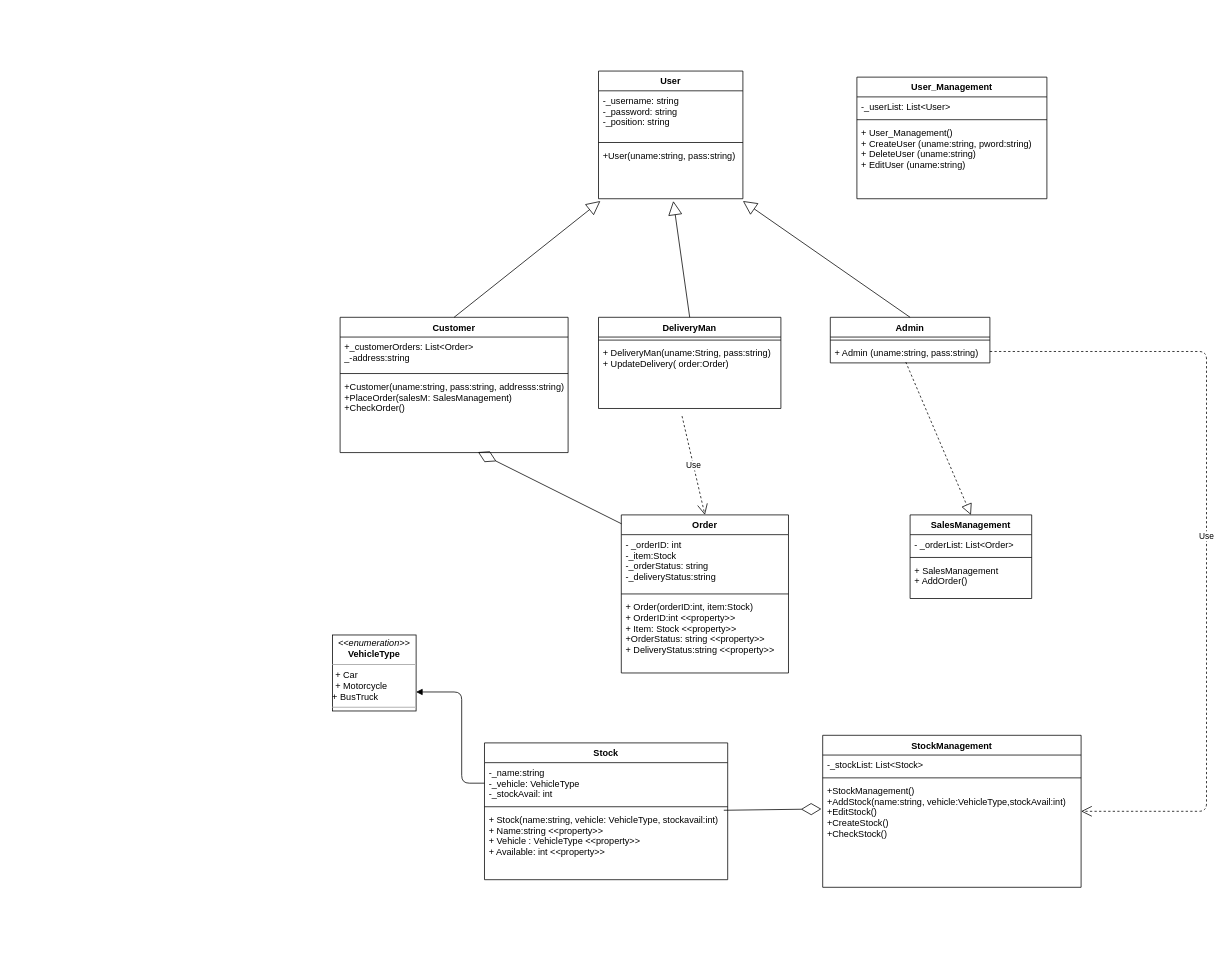
This is PassTask13.drawio from LastMinuteBanter/DistinctionTaskUML, a draw.io file, before an edit. Source tidied: cells renumbered, new cells numbered last; positions are measured from the earlier drawing's top-left corner, leaving out a move shared by most shapes. Both pictures are drawn from the tidied source at 76%, with x=0, y=0 at pixel (332, 71).
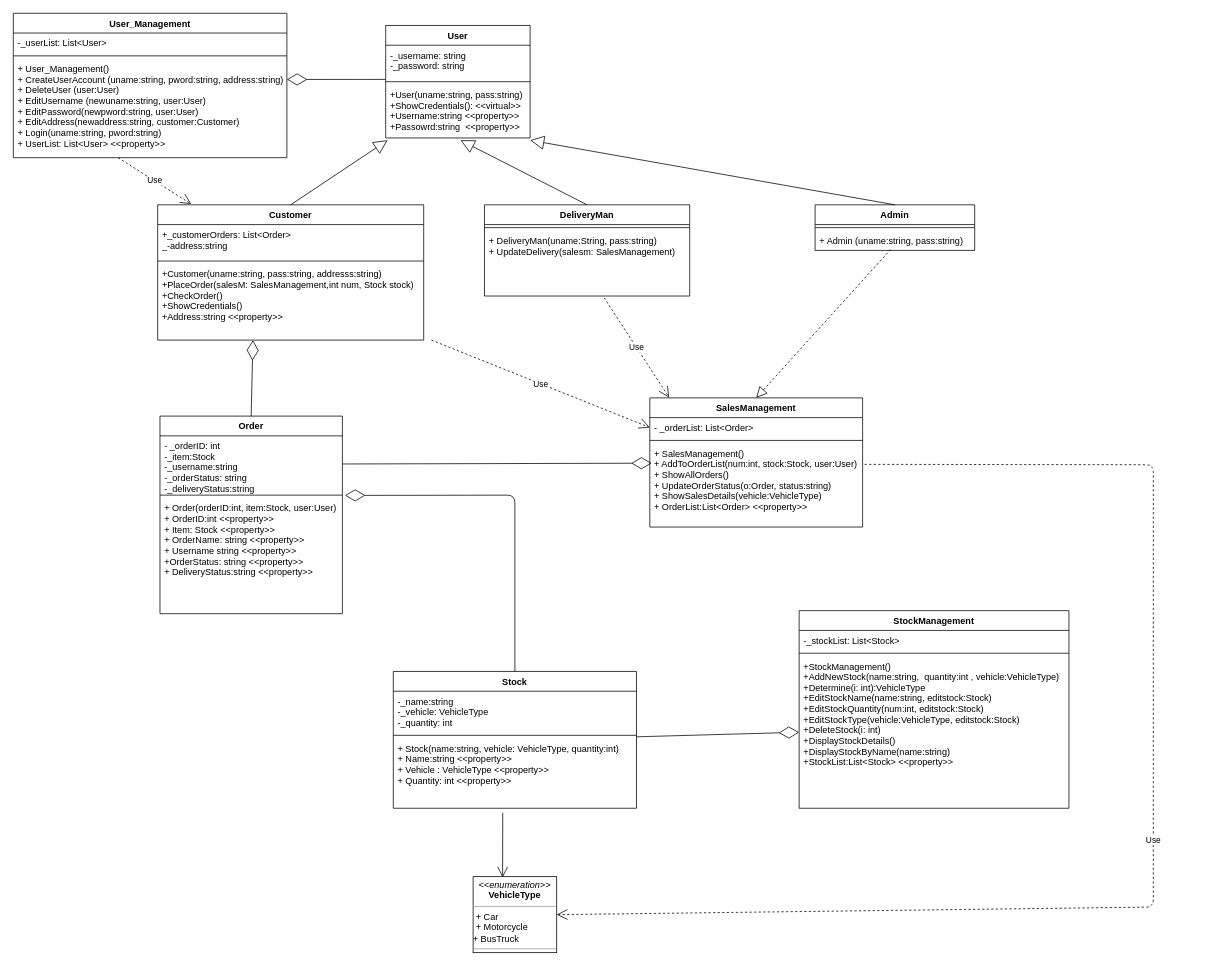
Above is the later version.

The change refers to these unchanged cells:
```xml
<mxCell id="19" value="+ Admin (uname:string, pass:string)" style="text;strokeColor=none;fillColor=none;align=left;verticalAlign=top;spacingLeft=4;spacingRight=4;overflow=hidden;points=[[0,0.5],[1,0.5]];portConstraint=eastwest;" parent="17" vertex="1">
  <mxGeometry y="34" width="210" height="26" as="geometry" />
</mxCell>
```

The edit, as a diff of the source:
```diff
@@
     <mxCell id="2" value="User_Management" style="swimlane;fontStyle=1;align=center;verticalAlign=top;horizontal=1;startSize=26;" parent="1" vertex="1">
-      <mxGeometry x="690" y="8" width="250" height="160" as="geometry" />
+      <mxGeometry x="-420" y="-76" width="360" height="190" as="geometry" />
     </mxCell>
     <mxCell id="3" value="-_userList: List&lt;User&gt;" style="text;strokeColor=none;fillColor=none;align=left;verticalAlign=top;spacingLeft=4;spacingRight=4;overflow=hidden;" parent="2" vertex="1">
-      <mxGeometry y="26" width="250" height="26" as="geometry" />
+      <mxGeometry y="26" width="360" height="26" as="geometry" />
     </mxCell>
     <mxCell id="4" style="line;strokeWidth=1;fillColor=none;align=left;verticalAlign=middle;spacingTop=-1;spacingLeft=3;spacingRight=3;labelPosition=right;" parent="2" vertex="1">
-      <mxGeometry y="52" width="250" height="8" as="geometry" />
+      <mxGeometry y="52" width="360" height="8" as="geometry" />
     </mxCell>
-    <mxCell id="5" value="+ User_Management()&#10;+ CreateUser (uname:string, pword:string)&#10;+ DeleteUser (uname:string)&#10;+ EditUser (uname:string)&#10;&#10;" style="text;strokeColor=none;fillColor=none;align=left;verticalAlign=top;spacingLeft=4;spacingRight=4;overflow=hidden;points=[[0,0.5],[1,0.5]];portConstraint=eastwest;" parent="2" vertex="1">
-      <mxGeometry y="60" width="250" height="100" as="geometry" />
+    <mxCell id="5" value="+ User_Management()&#10;+ CreateUserAccount (uname:string, pword:string, address:string)&#10;+ DeleteUser (user:User)&#10;+ EditUsername (newuname:string, user:User)&#10;+ EditPassword(newpword:string, user:User)&#10;+ EditAddress(newaddress:string, customer:Customer)&#10;+ Login(uname:string, pword:string)&#10;+ UserList: List&lt;User&gt; &lt;&lt;property&gt;&gt;&#10;&#10;&#10;" style="text;strokeColor=none;fillColor=none;align=left;verticalAlign=top;spacingLeft=4;spacingRight=4;overflow=hidden;points=[[0,0.5],[1,0.5]];portConstraint=eastwest;" parent="2" vertex="1">
+      <mxGeometry y="60" width="360" height="130" as="geometry" />
     </mxCell>
     <mxCell id="6" value="User" style="swimlane;fontStyle=1;align=center;verticalAlign=top;horizontal=1;startSize=26;" parent="1" vertex="1">
-      <mxGeometry x="350" width="190" height="168" as="geometry" />
+      <mxGeometry x="70" y="-60" width="190" height="148" as="geometry" />
     </mxCell>
-    <mxCell id="7" value="-_username: string&#10;-_password: string&#10;-_position: string&#10;" style="text;strokeColor=none;fillColor=none;align=left;verticalAlign=top;spacingLeft=4;spacingRight=4;overflow=hidden;" parent="6" vertex="1">
-      <mxGeometry y="26" width="190" height="64" as="geometry" />
+    <mxCell id="7" value="-_username: string&#10;-_password: string&#10;" style="text;strokeColor=none;fillColor=none;align=left;verticalAlign=top;spacingLeft=4;spacingRight=4;overflow=hidden;" parent="6" vertex="1">
+      <mxGeometry y="26" width="190" height="44" as="geometry" />
     </mxCell>
     <mxCell id="8" style="line;strokeWidth=1;fillColor=none;align=left;verticalAlign=middle;spacingTop=-1;spacingLeft=3;spacingRight=3;labelPosition=right;points=[];portConstraint=eastwest;" parent="6" vertex="1">
-      <mxGeometry y="90" width="190" height="8" as="geometry" />
+      <mxGeometry y="70" width="190" height="8" as="geometry" />
     </mxCell>
-    <mxCell id="9" value="+User(uname:string, pass:string)" style="text;strokeColor=none;fillColor=none;align=left;verticalAlign=top;spacingLeft=4;spacingRight=4;overflow=hidden;points=[[0,0.5],[1,0.5]];portConstraint=eastwest;" parent="6" vertex="1">
-      <mxGeometry y="98" width="190" height="70" as="geometry" />
+    <mxCell id="9" value="+User(uname:string, pass:string)&#10;+ShowCredentials(): &lt;&lt;virtual&gt;&gt; &#10;+Username:string &lt;&lt;property&gt;&gt;&#10;+Passowrd:string  &lt;&lt;property&gt;&gt;&#10;&#10;" style="text;strokeColor=none;fillColor=none;align=left;verticalAlign=top;spacingLeft=4;spacingRight=4;overflow=hidden;points=[[0,0.5],[1,0.5]];portConstraint=eastwest;" parent="6" vertex="1">
+      <mxGeometry y="78" width="190" height="70" as="geometry" />
     </mxCell>
     <mxCell id="10" value="Customer" style="swimlane;fontStyle=1;align=center;verticalAlign=top;horizontal=1;startSize=26;" parent="1" vertex="1">
-      <mxGeometry x="10" y="324" width="300" height="178" as="geometry" />
+      <mxGeometry x="-230" y="176" width="350" height="178" as="geometry" />
     </mxCell>
     <mxCell id="11" value="+_customerOrders: List&lt;Order&gt;&#10;_-address:string&#10;" style="text;strokeColor=none;fillColor=none;align=left;verticalAlign=top;spacingLeft=4;spacingRight=4;overflow=hidden;" parent="10" vertex="1">
-      <mxGeometry y="26" width="300" height="44" as="geometry" />
+      <mxGeometry y="26" width="350" height="44" as="geometry" />
     </mxCell>
     <mxCell id="12" style="line;strokeWidth=1;fillColor=none;align=left;verticalAlign=middle;spacingTop=-1;spacingLeft=3;spacingRight=3;labelPosition=right;" parent="10" vertex="1">
-      <mxGeometry y="70" width="300" height="8" as="geometry" />
+      <mxGeometry y="70" width="350" height="8" as="geometry" />
     </mxCell>
-    <mxCell id="13" value="+Customer(uname:string, pass:string, addresss:string)&#10;+PlaceOrder(salesM: SalesManagement)&#10;+CheckOrder()&#10;" style="text;strokeColor=none;fillColor=none;align=left;verticalAlign=top;spacingLeft=4;spacingRight=4;overflow=hidden;points=[[0,0.5],[1,0.5]];portConstraint=eastwest;" parent="10" vertex="1">
-      <mxGeometry y="78" width="300" height="100" as="geometry" />
+    <mxCell id="13" value="+Customer(uname:string, pass:string, addresss:string)&#10;+PlaceOrder(salesM: SalesManagement,int num, Stock stock)&#10;+CheckOrder()&#10;+ShowCredentials() &#10;+Address:string &lt;&lt;property&gt;&gt;&#10;&#10;&#10;" style="text;strokeColor=none;fillColor=none;align=left;verticalAlign=top;spacingLeft=4;spacingRight=4;overflow=hidden;points=[[0,0.5],[1,0.5]];portConstraint=eastwest;" parent="10" vertex="1">
+      <mxGeometry y="78" width="350" height="100" as="geometry" />
     </mxCell>
     <mxCell id="14" value="DeliveryMan" style="swimlane;fontStyle=1;align=center;verticalAlign=top;horizontal=1;startSize=26;" parent="1" vertex="1">
-      <mxGeometry x="350" y="324" width="240" height="120" as="geometry" />
+      <mxGeometry x="200" y="176" width="270" height="120" as="geometry" />
     </mxCell>
     <mxCell id="15" style="line;strokeWidth=1;fillColor=none;align=left;verticalAlign=middle;spacingTop=-1;spacingLeft=3;spacingRight=3;labelPosition=right;" parent="14" vertex="1">
-      <mxGeometry y="26" width="240" height="8" as="geometry" />
+      <mxGeometry y="26" width="270" height="8" as="geometry" />
     </mxCell>
-    <mxCell id="16" value="+ DeliveryMan(uname:String, pass:string)&#10;+ UpdateDelivery( order:Order)&#10;" style="text;strokeColor=none;fillColor=none;align=left;verticalAlign=top;spacingLeft=4;spacingRight=4;overflow=hidden;points=[[0,0.5],[1,0.5]];portConstraint=eastwest;" parent="14" vertex="1">
-      <mxGeometry y="34" width="240" height="86" as="geometry" />
+    <mxCell id="16" value="+ DeliveryMan(uname:String, pass:string)&#10;+ UpdateDelivery(salesm: SalesManagement)&#10;" style="text;strokeColor=none;fillColor=none;align=left;verticalAlign=top;spacingLeft=4;spacingRight=4;overflow=hidden;points=[[0,0.5],[1,0.5]];portConstraint=eastwest;" parent="14" vertex="1">
+      <mxGeometry y="34" width="270" height="86" as="geometry" />
     </mxCell>
     <mxCell id="17" value="Admin" style="swimlane;fontStyle=1;align=center;verticalAlign=top;horizontal=1;startSize=26;" parent="1" vertex="1">
-      <mxGeometry x="655" y="324" width="210" height="60" as="geometry" />
+      <mxGeometry x="635" y="176" width="210" height="60" as="geometry" />
     </mxCell>
@@
     <mxCell id="20" value="Order" style="swimlane;fontStyle=1;align=center;verticalAlign=top;horizontal=1;startSize=26;" parent="1" vertex="1">
-      <mxGeometry x="380" y="584" width="220" height="208" as="geometry" />
+      <mxGeometry x="-227" y="454" width="240" height="260" as="geometry" />
     </mxCell>
-    <mxCell id="21" value="- _orderID: int&#10;-_item:Stock&#10;-_orderStatus: string&#10;-_deliveryStatus:string&#10;&#10;&#10;" style="text;strokeColor=none;fillColor=none;align=left;verticalAlign=top;spacingLeft=4;spacingRight=4;overflow=hidden;points=[[0,0.5],[1,0.5]];portConstraint=eastwest;" parent="20" vertex="1">
-      <mxGeometry y="26" width="220" height="74" as="geometry" />
+    <mxCell id="21" value="- _orderID: int&#10;-_item:Stock&#10;-_username:string&#10;-_orderStatus: string&#10;-_deliveryStatus:string&#10;&#10;&#10;" style="text;strokeColor=none;fillColor=none;align=left;verticalAlign=top;spacingLeft=4;spacingRight=4;overflow=hidden;points=[[0,0.5],[1,0.5]];portConstraint=eastwest;" parent="20" vertex="1">
+      <mxGeometry y="26" width="240" height="74" as="geometry" />
     </mxCell>
     <mxCell id="22" style="line;strokeWidth=1;fillColor=none;align=left;verticalAlign=middle;spacingTop=-1;spacingLeft=3;spacingRight=3;labelPosition=right;" parent="20" vertex="1">
-      <mxGeometry y="100" width="220" height="8" as="geometry" />
+      <mxGeometry y="100" width="240" height="8" as="geometry" />
     </mxCell>
-    <mxCell id="23" value="+ Order(orderID:int, item:Stock)&#10;+ OrderID:int &lt;&lt;property&gt;&gt;&#10;+ Item: Stock &lt;&lt;property&gt;&gt;&#10;+OrderStatus: string &lt;&lt;property&gt;&gt;&#10;+ DeliveryStatus:string &lt;&lt;property&gt;&gt;&#10;" style="text;strokeColor=none;fillColor=none;align=left;verticalAlign=top;spacingLeft=4;spacingRight=4;overflow=hidden;points=[[0,0.5],[1,0.5]];portConstraint=eastwest;" parent="20" vertex="1">
-      <mxGeometry y="108" width="220" height="100" as="geometry" />
+    <mxCell id="23" value="+ Order(orderID:int, item:Stock, user:User)&#10;+ OrderID:int &lt;&lt;property&gt;&gt;&#10;+ Item: Stock &lt;&lt;property&gt;&gt;&#10;+ OrderName: string &lt;&lt;property&gt;&gt;&#10;+ Username string &lt;&lt;property&gt;&gt;&#10;+OrderStatus: string &lt;&lt;property&gt;&gt;&#10;+ DeliveryStatus:string &lt;&lt;property&gt;&gt;&#10;" style="text;strokeColor=none;fillColor=none;align=left;verticalAlign=top;spacingLeft=4;spacingRight=4;overflow=hidden;points=[[0,0.5],[1,0.5]];portConstraint=eastwest;" parent="20" vertex="1">
+      <mxGeometry y="108" width="240" height="152" as="geometry" />
     </mxCell>
     <mxCell id="24" value="SalesManagement" style="swimlane;fontStyle=1;align=center;verticalAlign=top;horizontal=1;startSize=26;" parent="1" vertex="1">
-      <mxGeometry x="760" y="584" width="160" height="110" as="geometry" />
+      <mxGeometry x="417.5" y="430" width="280" height="170" as="geometry" />
     </mxCell>
     <mxCell id="25" value="- _orderList: List&lt;Order&gt;" style="text;strokeColor=none;fillColor=none;align=left;verticalAlign=top;spacingLeft=4;spacingRight=4;overflow=hidden;points=[[0,0.5],[1,0.5]];portConstraint=eastwest;" parent="24" vertex="1">
-      <mxGeometry y="26" width="160" height="26" as="geometry" />
+      <mxGeometry y="26" width="280" height="26" as="geometry" />
     </mxCell>
     <mxCell id="26" style="line;strokeWidth=1;fillColor=none;align=left;verticalAlign=middle;spacingTop=-1;spacingLeft=3;spacingRight=3;labelPosition=right;" parent="24" vertex="1">
-      <mxGeometry y="52" width="160" height="8" as="geometry" />
+      <mxGeometry y="52" width="280" height="8" as="geometry" />
     </mxCell>
-    <mxCell id="27" value="+ SalesManagement&#10;+ AddOrder()&#10;" style="text;strokeColor=none;fillColor=none;align=left;verticalAlign=top;spacingLeft=4;spacingRight=4;overflow=hidden;points=[[0,0.5],[1,0.5]];portConstraint=eastwest;" parent="24" vertex="1">
-      <mxGeometry y="60" width="160" height="50" as="geometry" />
+    <mxCell id="27" value="+ SalesManagement()&#10;+ AddToOrderList(num:int, stock:Stock, user:User)&#10;+ ShowAllOrders()&#10;+ UpdateOrderStatus(o:Order, status:string)&#10;+ ShowSalesDetails(vehicle:VehicleType)&#10;+ OrderList:List&lt;Order&gt; &lt;&lt;property&gt;&gt;&#10;&#10;&#10;&#10;" style="text;strokeColor=none;fillColor=none;align=left;verticalAlign=top;spacingLeft=4;spacingRight=4;overflow=hidden;points=[[0,0.5],[1,0.5]];portConstraint=eastwest;" parent="24" vertex="1">
+      <mxGeometry y="60" width="280" height="110" as="geometry" />
     </mxCell>
     <mxCell id="28" value="Stock" style="swimlane;fontStyle=1;align=center;verticalAlign=top;horizontal=1;startSize=26;" parent="1" vertex="1">
-      <mxGeometry x="200" y="884" width="320" height="180" as="geometry" />
+      <mxGeometry x="80" y="790" width="320" height="180" as="geometry" />
     </mxCell>
-    <mxCell id="29" value="-_name:string&#10;-_vehicle: VehicleType&#10;-_stockAvail: int&#10;" style="text;strokeColor=none;fillColor=none;align=left;verticalAlign=top;spacingLeft=4;spacingRight=4;overflow=hidden;points=[[0,0.5],[1,0.5]];portConstraint=eastwest;" parent="28" vertex="1">
+    <mxCell id="29" value="-_name:string&#10;-_vehicle: VehicleType&#10;-_quantity: int&#10;" style="text;strokeColor=none;fillColor=none;align=left;verticalAlign=top;spacingLeft=4;spacingRight=4;overflow=hidden;points=[[0,0.5],[1,0.5]];portConstraint=eastwest;" parent="28" vertex="1">
       <mxGeometry y="26" width="320" height="54" as="geometry" />
     </mxCell>
@@
-    <mxCell id="31" value="+ Stock(name:string, vehicle: VehicleType, stockavail:int)&#10;+ Name:string &lt;&lt;property&gt;&gt;&#10;+ Vehicle : VehicleType &lt;&lt;property&gt;&gt;&#10;+ Available: int &lt;&lt;property&gt;&gt;&#10;" style="text;strokeColor=none;fillColor=none;align=left;verticalAlign=top;spacingLeft=4;spacingRight=4;overflow=hidden;points=[[0,0.5],[1,0.5]];portConstraint=eastwest;" parent="28" vertex="1">
+    <mxCell id="31" value="+ Stock(name:string, vehicle: VehicleType, quantity:int)&#10;+ Name:string &lt;&lt;property&gt;&gt;&#10;+ Vehicle : VehicleType &lt;&lt;property&gt;&gt;&#10;+ Quantity: int &lt;&lt;property&gt;&gt;&#10;" style="text;strokeColor=none;fillColor=none;align=left;verticalAlign=top;spacingLeft=4;spacingRight=4;overflow=hidden;points=[[0,0.5],[1,0.5]];portConstraint=eastwest;" parent="28" vertex="1">
       <mxGeometry y="88" width="320" height="92" as="geometry" />
     </mxCell>
     <mxCell id="32" value="StockManagement" style="swimlane;fontStyle=1;align=center;verticalAlign=top;horizontal=1;startSize=26;" parent="1" vertex="1">
-      <mxGeometry x="645" y="874" width="340" height="200" as="geometry" />
+      <mxGeometry x="614" y="710" width="355" height="260" as="geometry" />
     </mxCell>
     <mxCell id="33" value="-_stockList: List&lt;Stock&gt;" style="text;strokeColor=none;fillColor=none;align=left;verticalAlign=top;spacingLeft=4;spacingRight=4;overflow=hidden;" parent="32" vertex="1">
-      <mxGeometry y="26" width="340" height="26" as="geometry" />
+      <mxGeometry y="26" width="355" height="26" as="geometry" />
     </mxCell>
     <mxCell id="34" style="line;strokeWidth=1;fillColor=none;align=left;verticalAlign=middle;spacingTop=-1;spacingLeft=3;spacingRight=3;labelPosition=right;" parent="32" vertex="1">
-      <mxGeometry y="52" width="340" height="8" as="geometry" />
+      <mxGeometry y="52" width="355" height="8" as="geometry" />
     </mxCell>
-    <mxCell id="35" value="+StockManagement()&#10;+AddStock(name:string, vehicle:VehicleType,stockAvail:int)&#10;+EditStock()&#10;+CreateStock()&#10;+CheckStock()&#10;" style="text;strokeColor=none;fillColor=none;align=left;verticalAlign=top;spacingLeft=4;spacingRight=4;overflow=hidden;points=[[0,0.5],[1,0.5]];portConstraint=eastwest;" parent="32" vertex="1">
-      <mxGeometry y="60" width="340" height="140" as="geometry" />
+    <mxCell id="35" value="+StockManagement()&#10;+AddNewStock(name:string,  quantity:int , vehicle:VehicleType)&#10;+Determine(i: int):VehicleType&#10;+EditStockName(name:string, editstock:Stock)&#10;+EditStockQuantity(num:int, editstock:Stock)&#10;+EditStockType(vehicle:VehicleType, editstock:Stock)&#10;+DeleteStock(i: int)&#10;+DisplayStockDetails()&#10;+DisplayStockByName(name:string)&#10;+StockList:List&lt;Stock&gt; &lt;&lt;property&gt;&gt;&#10;&#10;&#10;&#10;" style="text;strokeColor=none;fillColor=none;align=left;verticalAlign=top;spacingLeft=4;spacingRight=4;overflow=hidden;points=[[0,0.5],[1,0.5]];portConstraint=eastwest;" parent="32" vertex="1">
+      <mxGeometry y="60" width="355" height="200" as="geometry" />
     </mxCell>
     <mxCell id="36" value="&lt;p style=&quot;margin: 0px ; margin-top: 4px ; text-align: center&quot;&gt;&lt;i&gt;&amp;lt;&amp;lt;enumeration&amp;gt;&amp;gt;&lt;/i&gt;&lt;br&gt;&lt;b&gt;VehicleType&lt;/b&gt;&lt;/p&gt;&lt;hr size=&quot;1&quot;&gt;&lt;p style=&quot;margin: 0px ; margin-left: 4px&quot;&gt;+ Car&lt;/p&gt;&lt;p style=&quot;margin: 0px ; margin-left: 4px&quot;&gt;+ Motorcycle&lt;/p&gt;+ BusTruck&lt;hr size=&quot;1&quot;&gt;" style="verticalAlign=top;align=left;overflow=fill;fontSize=12;fontFamily=Helvetica;html=1;" parent="1" vertex="1">
-      <mxGeometry y="742" width="110" height="100" as="geometry" />
+      <mxGeometry x="185" y="1060" width="110" height="100" as="geometry" />
     </mxCell>
@@
+    <mxCell id="42" style="endArrow=block;dashed=1;endFill=0;endSize=12;html=1;entryX=0.5;entryY=0;entryDx=0;entryDy=0;exitX=0.473;exitY=0.956;exitDx=0;exitDy=0;exitPerimeter=0;" parent="1" edge="1" source="19" target="24">
+      <mxGeometry relative="1" as="geometry" />
+    </mxCell>
-    <mxCell id="40" style="endArrow=diamondThin;endFill=0;endSize=24;html=1;entryX=0.605;entryY=0.994;entryDx=0;entryDy=0;entryPerimeter=0;exitX=0.001;exitY=0.056;exitDx=0;exitDy=0;exitPerimeter=0;" parent="1" edge="1" source="20" target="13">
+    <mxCell id="40" style="endArrow=diamondThin;endFill=0;endSize=24;html=1;exitX=0.5;exitY=0;exitDx=0;exitDy=0;entryX=0.358;entryY=1;entryDx=0;entryDy=0;entryPerimeter=0;" parent="1" edge="1" source="20" target="13">
       <mxGeometry relative="1" as="geometry" />
     </mxCell>
-    <mxCell id="41" value="Use" style="endArrow=open;endSize=12;dashed=1;html=1;exitX=0.458;exitY=1.116;exitDx=0;exitDy=0;exitPerimeter=0;entryX=0.5;entryY=0;entryDx=0;entryDy=0;" parent="1" edge="1" source="16" target="20">
-      <mxGeometry relative="1" as="geometry" />
-    </mxCell>
-    <mxCell id="42" style="endArrow=block;dashed=1;endFill=0;endSize=12;html=1;entryX=0.5;entryY=0;entryDx=0;entryDy=0;exitX=0.473;exitY=0.956;exitDx=0;exitDy=0;exitPerimeter=0;" parent="1" edge="1" source="19" target="24">
-      <mxGeometry relative="1" as="geometry" />
-    </mxCell>
+    <mxCell id="47" style="endArrow=open;endFill=1;endSize=12;html=1;exitX=0.45;exitY=1.065;exitDx=0;exitDy=0;exitPerimeter=0;entryX=0.353;entryY=0.011;entryDx=0;entryDy=0;entryPerimeter=0;" parent="1" edge="1" source="31" target="36">
+      <mxGeometry relative="1" as="geometry" />
+    </mxCell>
+    <mxCell id="48" style="endArrow=diamondThin;endFill=0;endSize=24;html=1;exitX=0.5;exitY=0;exitDx=0;exitDy=0;entryX=1.014;entryY=-0.024;entryDx=0;entryDy=0;entryPerimeter=0;" parent="1" edge="1" source="28" target="23">
+      <mxGeometry relative="1" as="geometry">
+        <Array as="points">
+          <mxPoint x="240" y="558" />
+        </Array>
+      </mxGeometry>
+    </mxCell>
+    <mxCell id="49" style="endArrow=diamondThin;endFill=0;endSize=24;html=1;exitX=1;exitY=0.5;exitDx=0;exitDy=0;entryX=0.009;entryY=0.236;entryDx=0;entryDy=0;entryPerimeter=0;" parent="1" edge="1" source="21" target="27">
+      <mxGeometry relative="1" as="geometry" />
+    </mxCell>
-    <mxCell id="43" style="endArrow=diamondThin;endFill=0;endSize=24;html=1;entryX=-0.005;entryY=0.264;entryDx=0;entryDy=0;entryPerimeter=0;exitX=0.984;exitY=0.007;exitDx=0;exitDy=0;exitPerimeter=0;" parent="1" edge="1" source="31" target="35">
+    <mxCell id="43" style="endArrow=diamondThin;endFill=0;endSize=24;html=1;exitX=1;exitY=-0.022;exitDx=0;exitDy=0;exitPerimeter=0;entryX=0;entryY=0.5;entryDx=0;entryDy=0;" parent="1" edge="1" source="31" target="35">
       <mxGeometry relative="1" as="geometry" />
     </mxCell>
-    <mxCell id="44" style="endArrow=block;endFill=1;html=1;edgeStyle=orthogonalEdgeStyle;align=left;verticalAlign=top;entryX=1;entryY=0.75;entryDx=0;entryDy=0;exitX=0;exitY=0.5;exitDx=0;exitDy=0;" parent="1" edge="1" source="29" target="36">
-      <mxGeometry x="-1" relative="1" as="geometry">
-        <Array as="points">
-          <mxPoint x="170" y="937" />
-          <mxPoint x="170" y="817" />
-        </Array>
-      </mxGeometry>
-    </mxCell>
-    <mxCell id="45" style="html=1;align=left;verticalAlign=bottom;labelBackgroundColor=#ffffff;fontSize=10;" parent="44" vertex="1">
-      <mxGeometry x="-1" relative="1" as="geometry" />
-    </mxCell>
-    <mxCell id="46" value="Use" style="endArrow=open;endSize=12;dashed=1;html=1;exitX=1;exitY=0.75;exitDx=0;exitDy=0;entryX=1;entryY=0.5;entryDx=0;entryDy=0;" parent="1" edge="1" source="17" target="32">
-      <mxGeometry relative="1" as="geometry">
-        <Array as="points">
-          <mxPoint x="1150" y="369" />
-          <mxPoint x="1150" y="974" />
-        </Array>
-      </mxGeometry>
-    </mxCell>
+    <mxCell id="50" value="Use" style="endArrow=open;endSize=12;dashed=1;html=1;exitX=1.029;exitY=1;exitDx=0;exitDy=0;exitPerimeter=0;entryX=0;entryY=0.5;entryDx=0;entryDy=0;" parent="1" edge="1" source="13" target="25">
+      <mxGeometry relative="1" as="geometry" />
+    </mxCell>
+    <mxCell id="51" value="Use" style="endArrow=open;endSize=12;dashed=1;html=1;exitX=0.583;exitY=1.027;exitDx=0;exitDy=0;exitPerimeter=0;entryX=0.091;entryY=-0.002;entryDx=0;entryDy=0;entryPerimeter=0;" parent="1" edge="1" source="16" target="24">
+      <mxGeometry relative="1" as="geometry" />
+    </mxCell>
+    <mxCell id="52" style="endArrow=diamondThin;endFill=0;endSize=24;html=1;exitX=0;exitY=0.125;exitDx=0;exitDy=0;exitPerimeter=0;entryX=1;entryY=0.208;entryDx=0;entryDy=0;entryPerimeter=0;" parent="1" edge="1" source="8" target="5">
+      <mxGeometry relative="1" as="geometry" />
+    </mxCell>
+    <mxCell id="53" value="Use" style="endArrow=open;endSize=12;dashed=1;html=1;exitX=0.383;exitY=1;exitDx=0;exitDy=0;exitPerimeter=0;entryX=0.126;entryY=-0.006;entryDx=0;entryDy=0;entryPerimeter=0;" parent="1" edge="1" source="5" target="10">
+      <mxGeometry relative="1" as="geometry" />
+    </mxCell>
+    <mxCell id="54" value="Use" style="endArrow=open;endSize=12;dashed=1;html=1;exitX=1.009;exitY=0.25;exitDx=0;exitDy=0;exitPerimeter=0;entryX=1;entryY=0.5;entryDx=0;entryDy=0;" parent="1" edge="1" source="27" target="36">
+      <mxGeometry relative="1" as="geometry">
+        <Array as="points">
+          <mxPoint x="1080" y="518" />
+          <mxPoint x="1080" y="1100" />
+        </Array>
+      </mxGeometry>
+    </mxCell>
```
